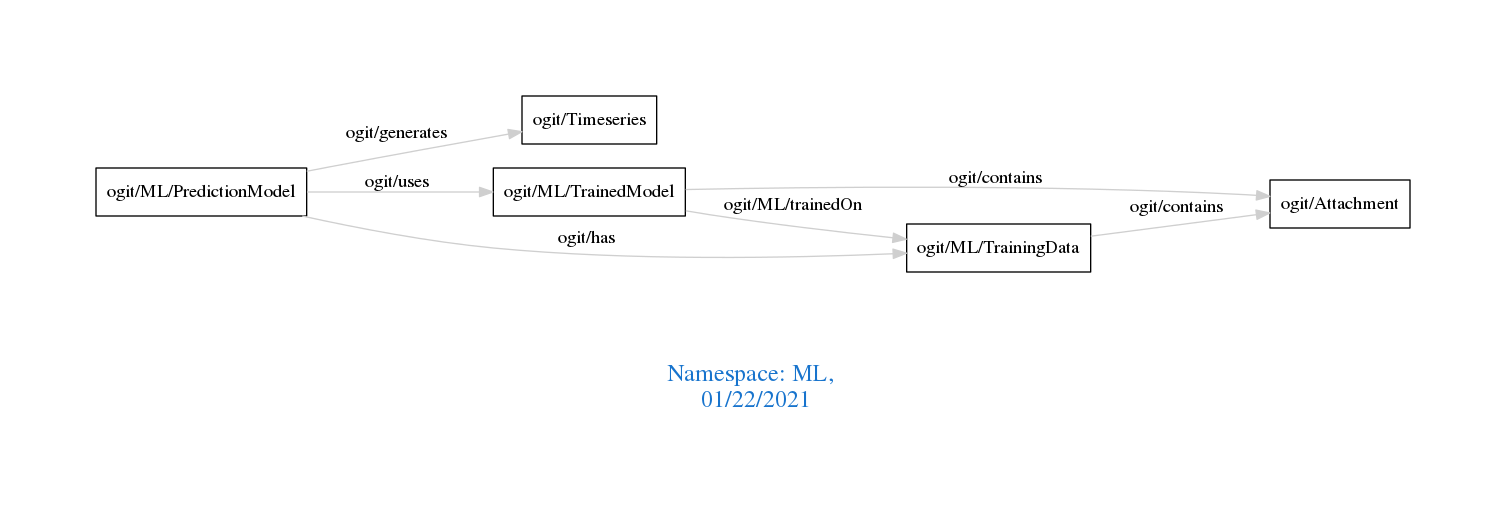
Above: downloads/ML.png in arago/OGIT (Graphviz), before the change. Its source is kept beside it as downloads/ML.dot.
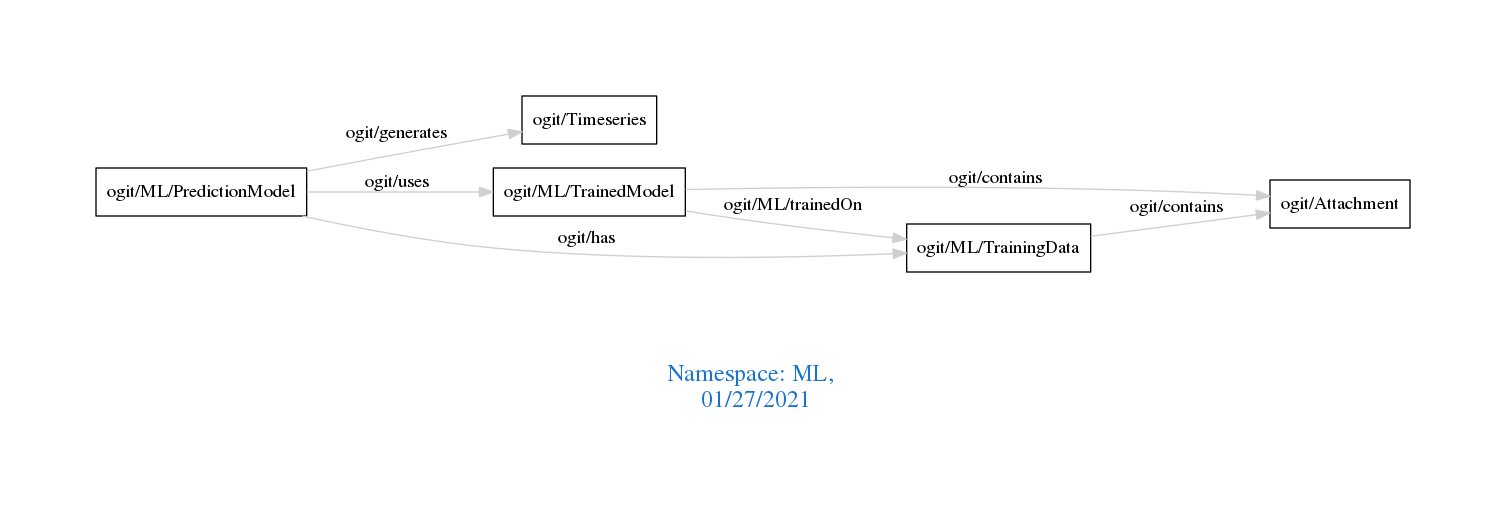
Later version of the same file.

What changed in the source:
```diff
@@ -1,7 +1,7 @@
 digraph OGIT_ontology {
  graph [ rankdir= LR,pad=1
 fontsize = 18,
-fontcolor= dodgerblue3,label = "\n\n\nNamespace: ML, \n 01/22/2021"];
+fontcolor= dodgerblue3,label = "\n\n\nNamespace: ML, \n 01/27/2021"];
 node[shape=polygon];
 edge [  color="gray81"];
 
```
